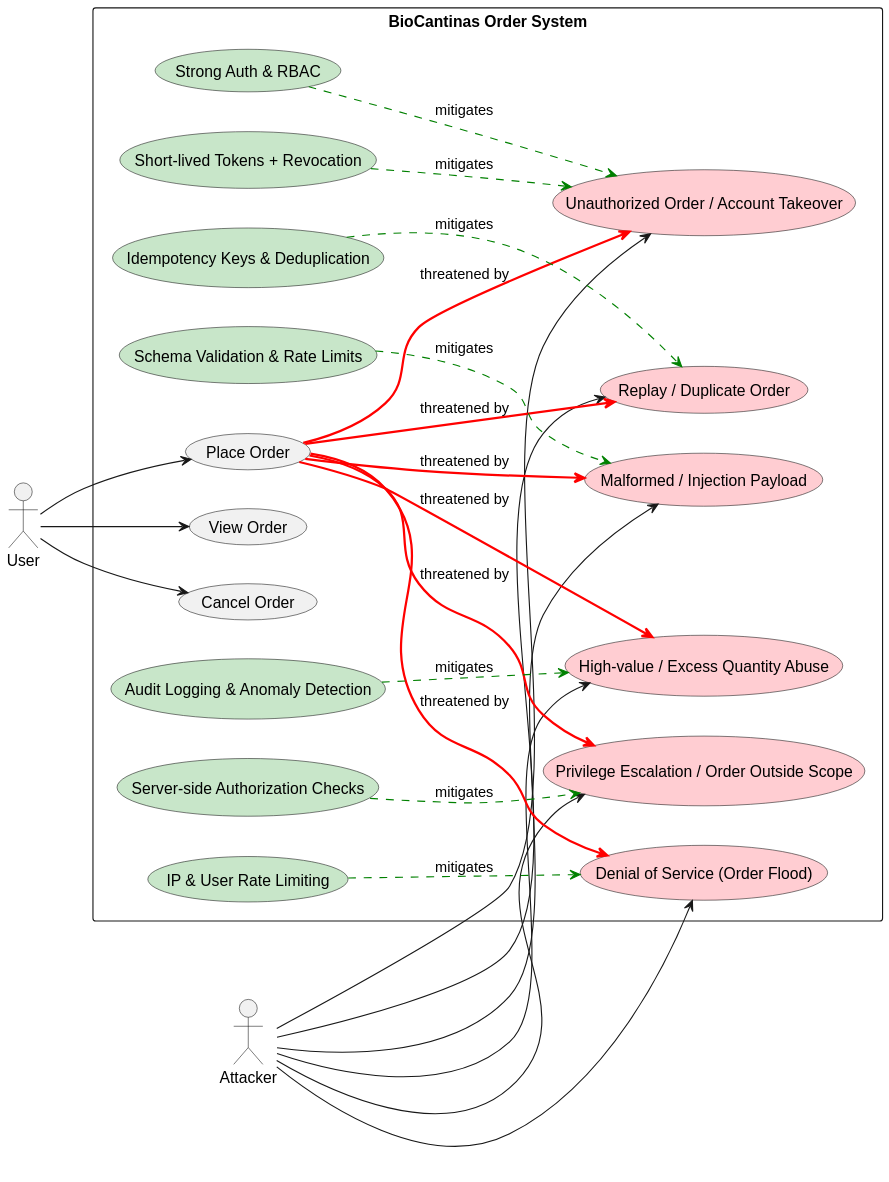
Above: Deliverables/phase1/diagrams/Abuse Cases/orderAbuseCase.svg in mei-desofs/desofs2026-thu_ffs_1 (PlantUML), before the change. The source it was exported from:
```plantuml
@startuml
left to right direction
skinparam packageStyle rectangle

actor User
actor Attacker

package "BioCantinas Order System" {

    usecase "Place Order" as PlaceOrderUC
    usecase "View Order" as ViewOrderUC
    usecase "Cancel Order" as CancelOrderUC

    usecase "Unauthorized Order / Account Takeover" as TokenTheftAbuse #FFCDD2
    usecase "Replay / Duplicate Order" as ReplayAbuse #FFCDD2
    usecase "Malformed / Injection Payload" as InjectionAbuse #FFCDD2
    usecase "Privilege Escalation / Order Outside Scope" as PrivEscalationAbuse #FFCDD2
    usecase "Denial of Service (Order Flood)" as DoSAbuse #FFCDD2
    usecase "High-value / Excess Quantity Abuse" as BusinessLogicAbuse #FFCDD2

    usecase "Idempotency Keys & Deduplication" as IdempotencyMitigate #C8E6C9
    usecase "Short-lived Tokens + Revocation" as TokenMitigate #C8E6C9
    usecase "Strong Auth & RBAC" as AuthMitigate #C8E6C9
    usecase "Schema Validation & Rate Limits" as ValidationMitigate #C8E6C9
    usecase "Server-side Authorization Checks" as ServerAuthzMitigate #C8E6C9
    usecase "IP & User Rate Limiting" as RateLimitMitigate #C8E6C9
    usecase "Audit Logging & Anomaly Detection" as AuditMitigate #C8E6C9

    User --> PlaceOrderUC
    User --> ViewOrderUC
    User --> CancelOrderUC

    Attacker --> TokenTheftAbuse
    Attacker --> ReplayAbuse
    Attacker --> InjectionAbuse
    Attacker --> PrivEscalationAbuse
    Attacker --> DoSAbuse
    Attacker --> BusinessLogicAbuse

    PlaceOrderUC -[#red,bold]-> TokenTheftAbuse : threatened by
    PlaceOrderUC -[#red,bold]-> ReplayAbuse : threatened by
    PlaceOrderUC -[#red,bold]-> InjectionAbuse : threatened by
    PlaceOrderUC -[#red,bold]-> PrivEscalationAbuse : threatened by
    PlaceOrderUC -[#red,bold]-> DoSAbuse : threatened by
    PlaceOrderUC -[#red,bold]-> BusinessLogicAbuse : threatened by

    IdempotencyMitigate -[#green,dashed]-> ReplayAbuse : mitigates
    TokenMitigate -[#green,dashed]-> TokenTheftAbuse : mitigates
    AuthMitigate -[#green,dashed]-> TokenTheftAbuse : mitigates
    ValidationMitigate -[#green,dashed]-> InjectionAbuse : mitigates
    ServerAuthzMitigate -[#green,dashed]-> PrivEscalationAbuse : mitigates
    RateLimitMitigate -[#green,dashed]-> DoSAbuse : mitigates
    AuditMitigate -[#green,dashed]-> BusinessLogicAbuse : mitigates

}
@enduml
```
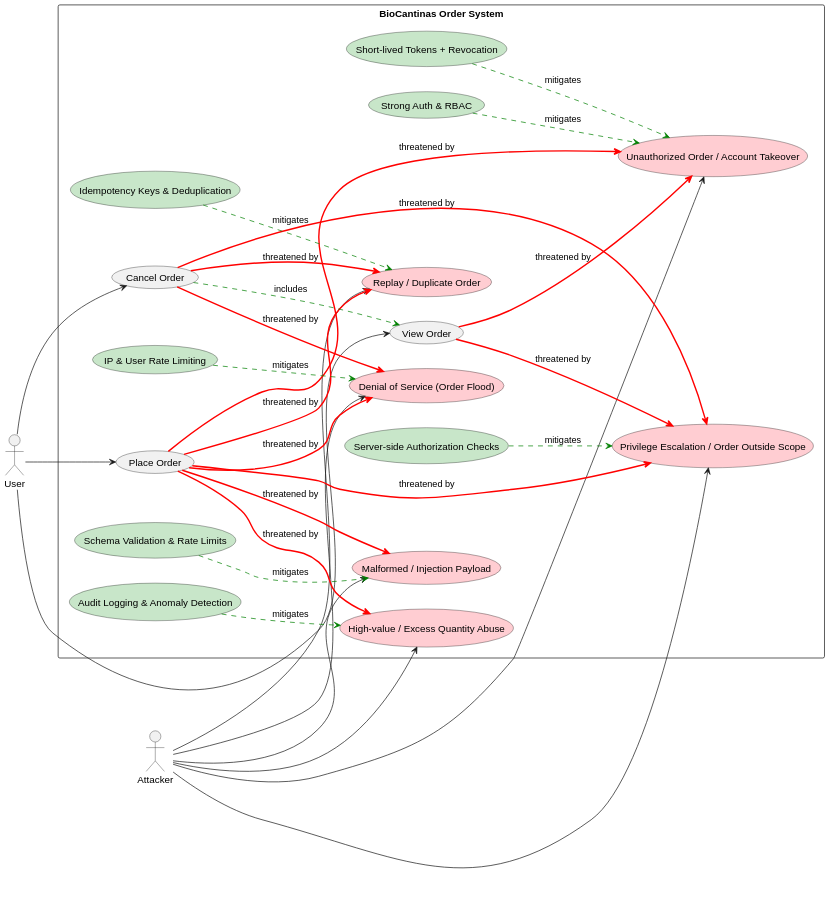
After the change.

Commit message:
#3 Fixed order abuse case

Diff of the diagram source:
```diff
@@ -44,6 +44,15 @@
     PlaceOrderUC -[#red,bold]-> DoSAbuse : threatened by
     PlaceOrderUC -[#red,bold]-> BusinessLogicAbuse : threatened by
 
+    ViewOrderUC -[#red,bold]-> TokenTheftAbuse : threatened by
+    ViewOrderUC -[#red,bold]-> PrivEscalationAbuse : threatened by
+
+    CancelOrderUC -[#red,bold]-> PrivEscalationAbuse : threatened by
+    CancelOrderUC -[#red,bold]-> ReplayAbuse : threatened by
+    CancelOrderUC -[#red,bold]-> DoSAbuse : threatened by
+
+    CancelOrderUC .[#green].> ViewOrderUC : includes
+
     IdempotencyMitigate -[#green,dashed]-> ReplayAbuse : mitigates
     TokenMitigate -[#green,dashed]-> TokenTheftAbuse : mitigates
     AuthMitigate -[#green,dashed]-> TokenTheftAbuse : mitigates
```
